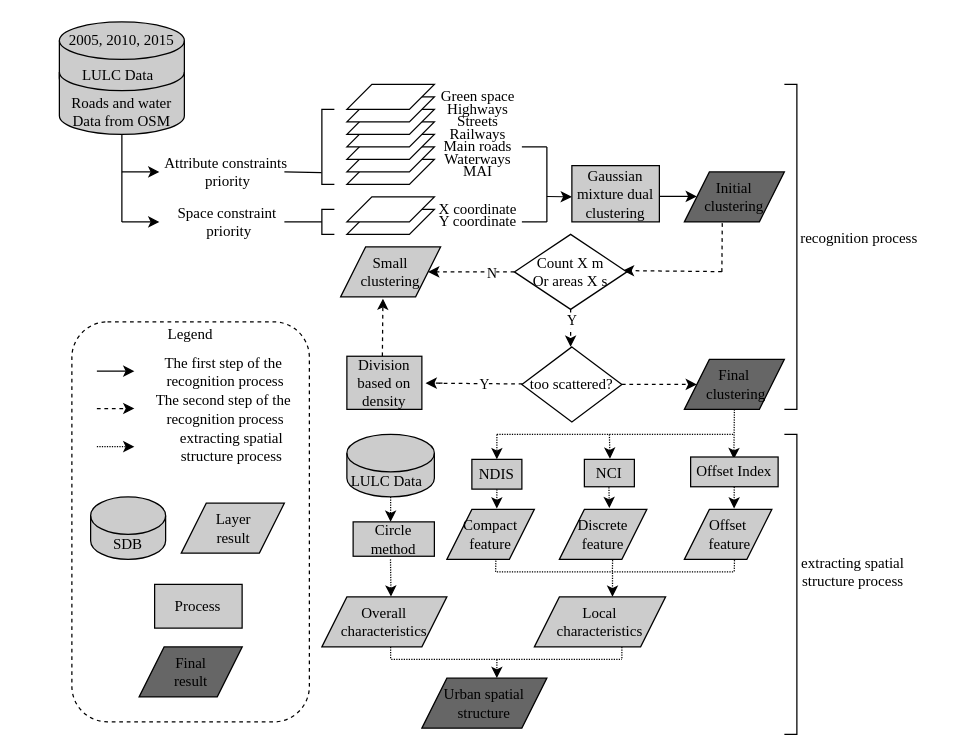
Before: Untitled Diagram.drawio in xiaotongtongxue/flowChar, a draw.io diagram. Source tidied: cells renumbered, new cells numbered last; positions are measured from the earlier drawing's top-left corner, leaving out a move shared by most shapes. Both pictures are drawn from the tidied source at 125%, with x=0, y=0 at pixel (21, 21).
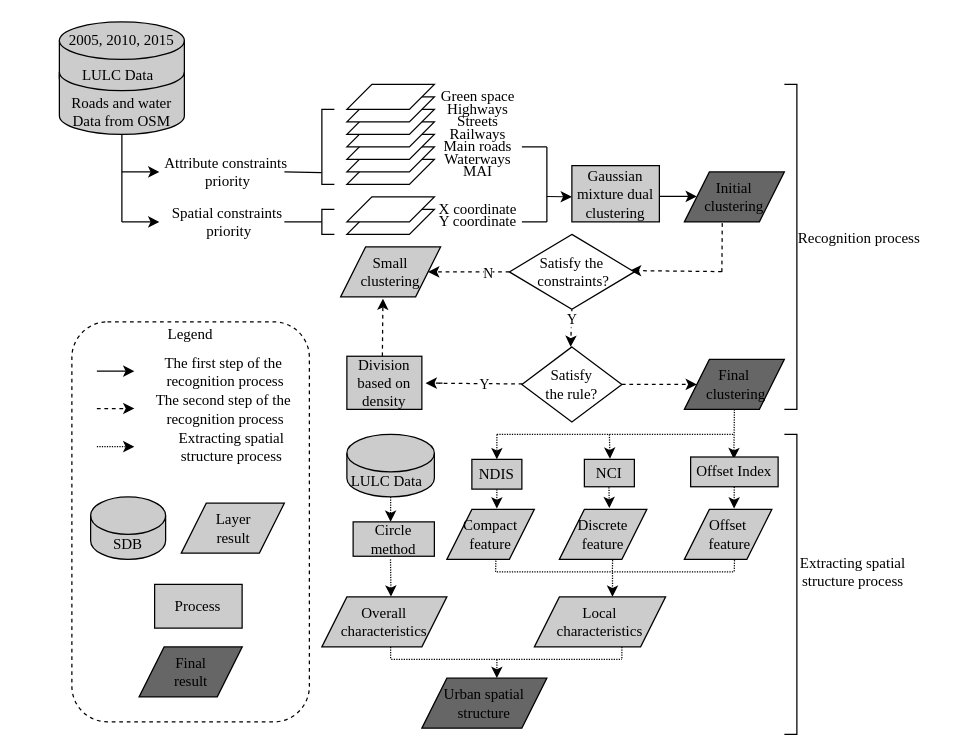
Above is the later version.

Change to the diagram source:
```diff
@@
-    <mxCell id="10" value="&lt;div&gt;&lt;span&gt;Space constraint&lt;/span&gt;&lt;/div&gt;&lt;div&gt;&lt;span&gt;&amp;nbsp;priority&lt;/span&gt;&lt;/div&gt;" style="text;html=1;strokeColor=none;fillColor=none;align=center;verticalAlign=middle;whiteSpace=wrap;rounded=0;fontFamily=Times New Roman;" parent="1" vertex="1">
+    <mxCell id="10" value="&lt;div&gt;&lt;span&gt;Spatial constraints&lt;/span&gt;&lt;/div&gt;&lt;div&gt;&lt;span&gt;&amp;nbsp;priority&lt;/span&gt;&lt;/div&gt;" style="text;html=1;strokeColor=none;fillColor=none;align=center;verticalAlign=middle;whiteSpace=wrap;rounded=0;fontFamily=Times New Roman;" parent="1" vertex="1">
       <mxGeometry x="117.5" y="150" width="92.5" height="20" as="geometry" />
     </mxCell>
@@
-    <mxCell id="42" value="&lt;div&gt;Count X m&lt;/div&gt;&lt;div&gt;Or areas X s&lt;/div&gt;" style="rhombus;whiteSpace=wrap;html=1;strokeWidth=1;fontFamily=Times New Roman;fontColor=#000000;" parent="1" vertex="1">
-      <mxGeometry x="394" y="170" width="90" height="60" as="geometry" />
+    <mxCell id="42" value="Satisfy the &amp;nbsp;constraints?" style="rhombus;whiteSpace=wrap;html=1;strokeWidth=1;fontFamily=Times New Roman;fontColor=#000000;" parent="1" vertex="1">
+      <mxGeometry x="390" y="170" width="100" height="60" as="geometry" />
     </mxCell>
@@
-    <mxCell id="48" value="too scattered?" style="rhombus;whiteSpace=wrap;html=1;strokeWidth=1;fontFamily=Times New Roman;fontColor=#000000;" parent="1" vertex="1">
+    <mxCell id="48" value="Satisfy &lt;br&gt;the rule?" style="rhombus;whiteSpace=wrap;html=1;strokeWidth=1;fontFamily=Times New Roman;fontColor=#000000;" parent="1" vertex="1">
       <mxGeometry x="400" y="260" width="80" height="60" as="geometry" />
     </mxCell>
@@
-    <mxCell id="84" value="extracting spatial structure process" style="text;html=1;strokeColor=none;fillColor=none;align=center;verticalAlign=middle;whiteSpace=wrap;rounded=0;fontFamily=Times New Roman;" parent="1" vertex="1">
+    <mxCell id="84" value="Extracting spatial structure process" style="text;html=1;strokeColor=none;fillColor=none;align=center;verticalAlign=middle;whiteSpace=wrap;rounded=0;fontFamily=Times New Roman;" parent="1" vertex="1">
       <mxGeometry x="112.5" y="330" width="110" height="20" as="geometry" />
     </mxCell>
@@
-    <mxCell id="90" value="&amp;nbsp;&lt;br&gt;recognition process" style="text;html=1;strokeColor=none;fillColor=none;align=center;verticalAlign=middle;whiteSpace=wrap;rounded=0;fontFamily=Times New Roman;" parent="1" vertex="1">
+    <mxCell id="90" value="&amp;nbsp;&lt;br&gt;Recognition process" style="text;html=1;strokeColor=none;fillColor=none;align=center;verticalAlign=middle;whiteSpace=wrap;rounded=0;fontFamily=Times New Roman;" parent="1" vertex="1">
       <mxGeometry x="610" y="155" width="120" height="20" as="geometry" />
     </mxCell>
-    <mxCell id="91" value="extracting spatial structure process" style="text;html=1;strokeColor=none;fillColor=none;align=center;verticalAlign=middle;whiteSpace=wrap;rounded=0;fontFamily=Times New Roman;" parent="1" vertex="1">
+    <mxCell id="91" value="Extracting spatial structure process" style="text;html=1;strokeColor=none;fillColor=none;align=center;verticalAlign=middle;whiteSpace=wrap;rounded=0;fontFamily=Times New Roman;" parent="1" vertex="1">
       <mxGeometry x="610" y="430" width="110" height="20" as="geometry" />
     </mxCell>
```
